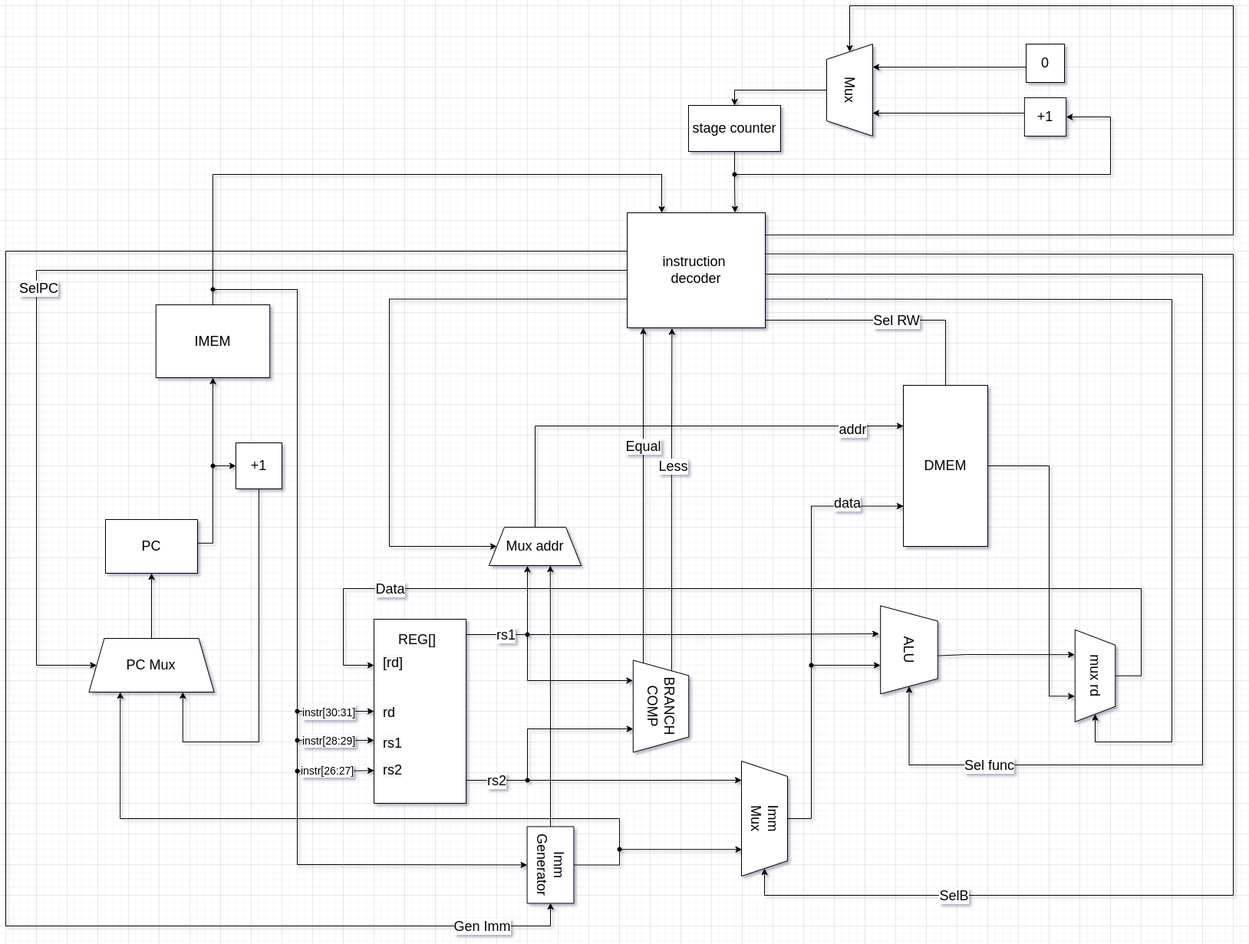
rkrisanoff/risc-virtual-machine keeps this draw.io diagram as Scheme.png. Above is the earlier version. Source tidied: cells renumbered, new cells last; positions are measured from the earlier drawing's top-left corner, leaving out a move shared by most shapes.
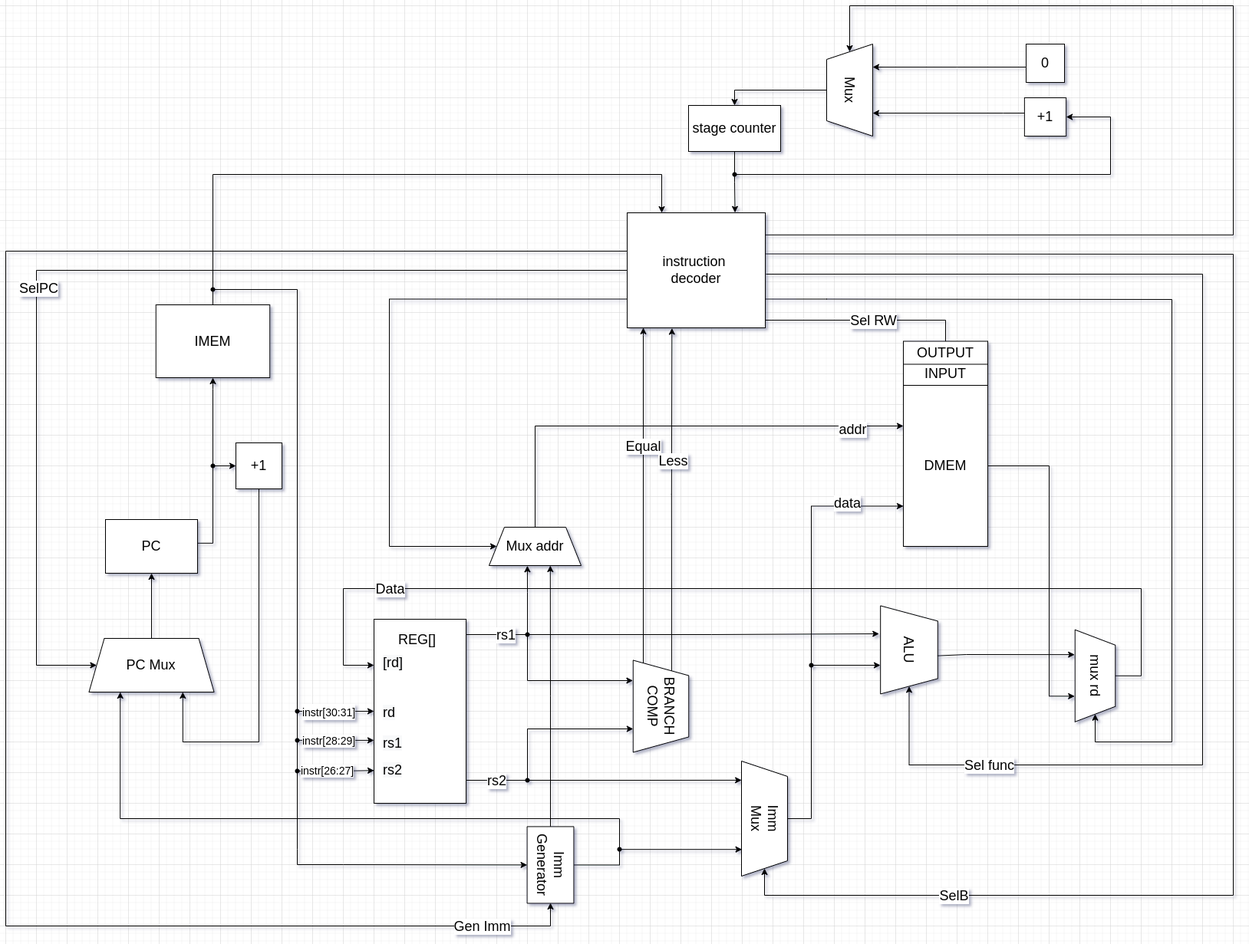
After the commit.

What changed in the source:
```diff
@@ -422,7 +422,7 @@
         </Array>
       </mxGeometry>
     </mxCell>
-    <mxCell id="83" style="edgeStyle=orthogonalEdgeStyle;rounded=0;jettySize=auto;html=1;entryX=0.5;entryY=0;entryDx=0;entryDy=0;fontSize=18;endArrow=none;endFill=0;" parent="1" edge="1" source="85" target="74">
+    <mxCell id="83" style="edgeStyle=orthogonalEdgeStyle;rounded=0;jettySize=auto;html=1;fontSize=18;endArrow=none;endFill=0;entryX=0.5;entryY=0;entryDx=0;entryDy=0;" parent="1" edge="1" source="85" target="99">
       <mxGeometry relative="1" as="geometry">
         <Array as="points">
           <mxPoint x="1225" y="410" />
@@ -493,5 +493,11 @@
     <mxCell id="97" style="shape=waypoint;sketch=0;fillStyle=solid;size=6;fillColor=none;perimeter=centerPerimeter;fontSize=18;" parent="1" vertex="1">
       <mxGeometry x="940" y="210" width="20" height="20" as="geometry" />
     </mxCell>
+    <mxCell id="98" value="INPUT" style="rounded=0;whiteSpace=wrap;html=1;fontSize=18;fillColor=#FFFFFF;gradientColor=none;" parent="1" vertex="1">
+      <mxGeometry x="1170" y="465" width="110" height="30" as="geometry" />
+    </mxCell>
+    <mxCell id="99" value="OUTPUT" style="rounded=0;whiteSpace=wrap;html=1;fontSize=18;fillColor=#FFFFFF;gradientColor=none;" parent="1" vertex="1">
+      <mxGeometry x="1170" y="437.5" width="110" height="30" as="geometry" />
+    </mxCell>
   </root>
 </mxGraphModel>
```
